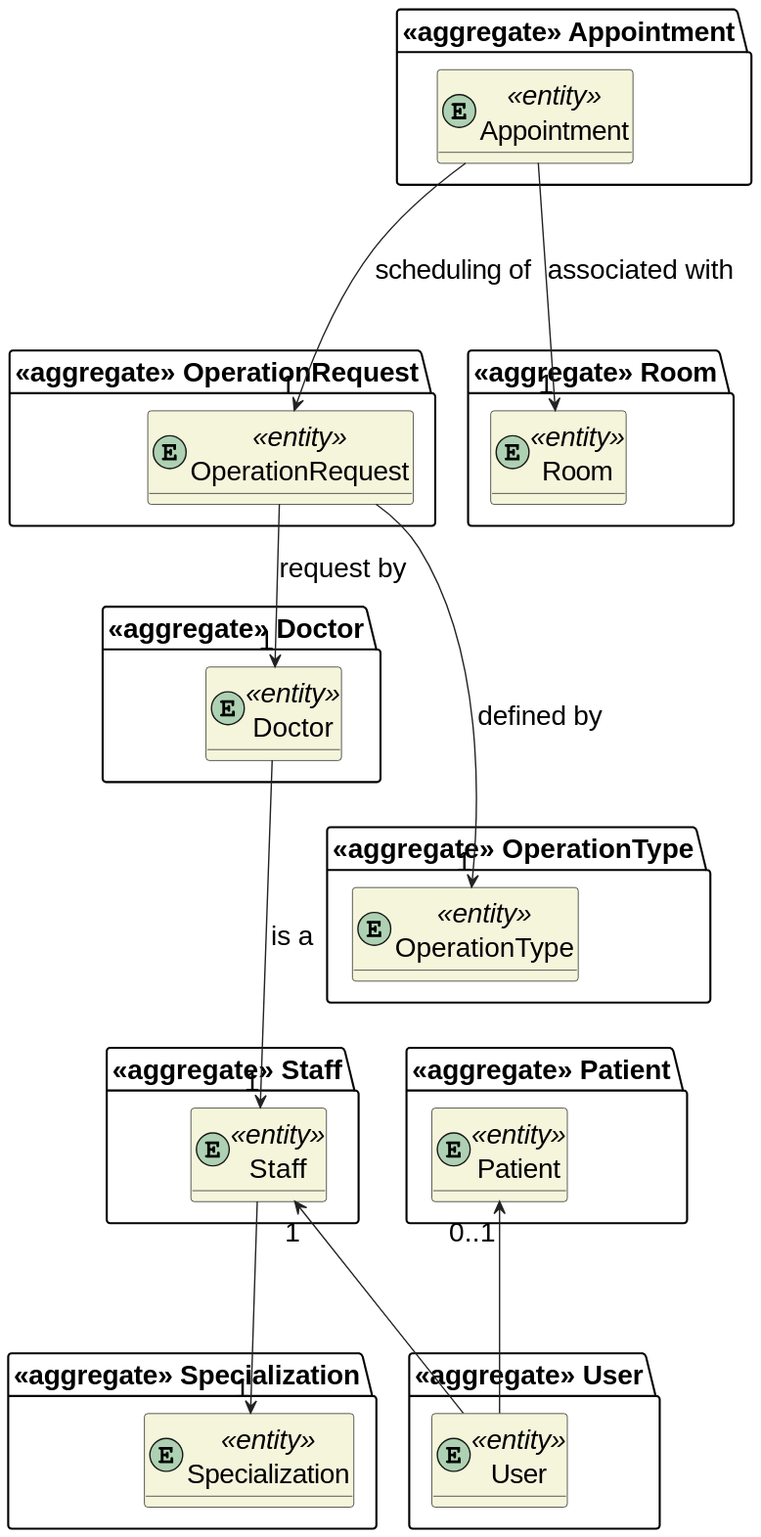
Before: docs/sprint-1/team-decisions/domain-model/domain-model-simplification.svg, a diagram exported from PlantUML (rita-barbosa/LAPR5-2425). Source of this version:
```plantuml
@startuml
skinparamlocked defaultFontSize 20

skinparam classAttributeIconSize 0
hide empty attributes
skinparam classBackgroundColor beige
skinparam ArrowColor #222222

package "<<aggregate>> User"{
    entity User  <<entity>>{}
}

package "<<aggregate>> Staff"{
    entity Staff <<entity>>{}
}
package "<<aggregate>> Patient"{
    entity Patient  <<entity>>{}
}
package "<<aggregate>> Doctor"{
    entity Doctor <<entity>>{}
}
package "<<aggregate>> Appointment"{
    entity Appointment <<entity>>{}
}
package "<<aggregate>> OperationRequest" {
    entity OperationRequest <<entity>>{}
}
package "<<aggregate>> OperationType"{
    entity OperationType <<entity>> {}
}

package "<<aggregate>> Room" {
    entity Room <<entity>>{}
}
package "<<aggregate>> Specialization" {
    entity Specialization <<entity>> {}
}


User -up--> "1" Staff
User -up--> "0..1" Patient
Doctor ---> "1" Staff : is a
Staff ---> "1" Specialization
OperationRequest --> "1" Doctor : request by
Appointment ---> "1" OperationRequest : scheduling of
OperationRequest ---> "1" OperationType : defined by
Appointment ---> "1" Room : associated with
@enduml
```
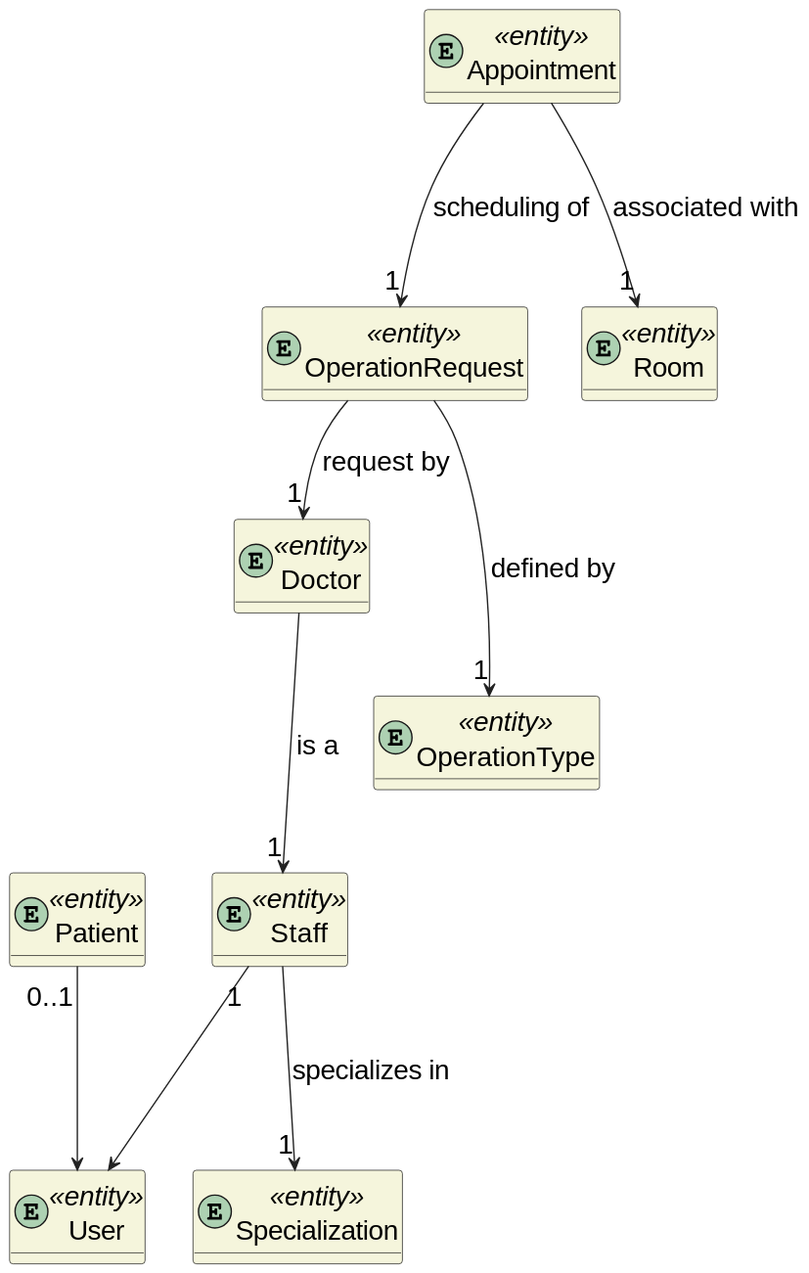
The same diagram one commit later.

Commit message:
DG38-156 | docs: updates domain model.

Change to the diagram source:
```diff
@@ -6,41 +6,23 @@
 skinparam classBackgroundColor beige
 skinparam ArrowColor #222222
 
-package "<<aggregate>> User"{
-    entity User  <<entity>>{}
-}
 
-package "<<aggregate>> Staff"{
-    entity Staff <<entity>>{}
-}
-package "<<aggregate>> Patient"{
-    entity Patient  <<entity>>{}
-}
-package "<<aggregate>> Doctor"{
-    entity Doctor <<entity>>{}
-}
-package "<<aggregate>> Appointment"{
-    entity Appointment <<entity>>{}
-}
-package "<<aggregate>> OperationRequest" {
-    entity OperationRequest <<entity>>{}
-}
-package "<<aggregate>> OperationType"{
-    entity OperationType <<entity>> {}
-}
-
-package "<<aggregate>> Room" {
-    entity Room <<entity>>{}
-}
-package "<<aggregate>> Specialization" {
-    entity Specialization <<entity>> {}
-}
+entity User  <<entity>>{}
+entity Staff <<entity>>{}
+entity Patient  <<entity>>{}
+entity Doctor <<entity>>{}
+entity Appointment <<entity>>{}
+entity OperationRequest <<entity>>{}
+entity OperationType <<entity>> {}
+entity Room <<entity>>{}
+entity Specialization <<entity>> {}
 
 
-User -up--> "1" Staff
-User -up--> "0..1" Patient
+
+User <-up-- "1" Staff
+User <-up-- "0..1" Patient
 Doctor ---> "1" Staff : is a
-Staff ---> "1" Specialization
+Staff ---> "1" Specialization : specializes in
 OperationRequest --> "1" Doctor : request by
 Appointment ---> "1" OperationRequest : scheduling of
 OperationRequest ---> "1" OperationType : defined by
```
